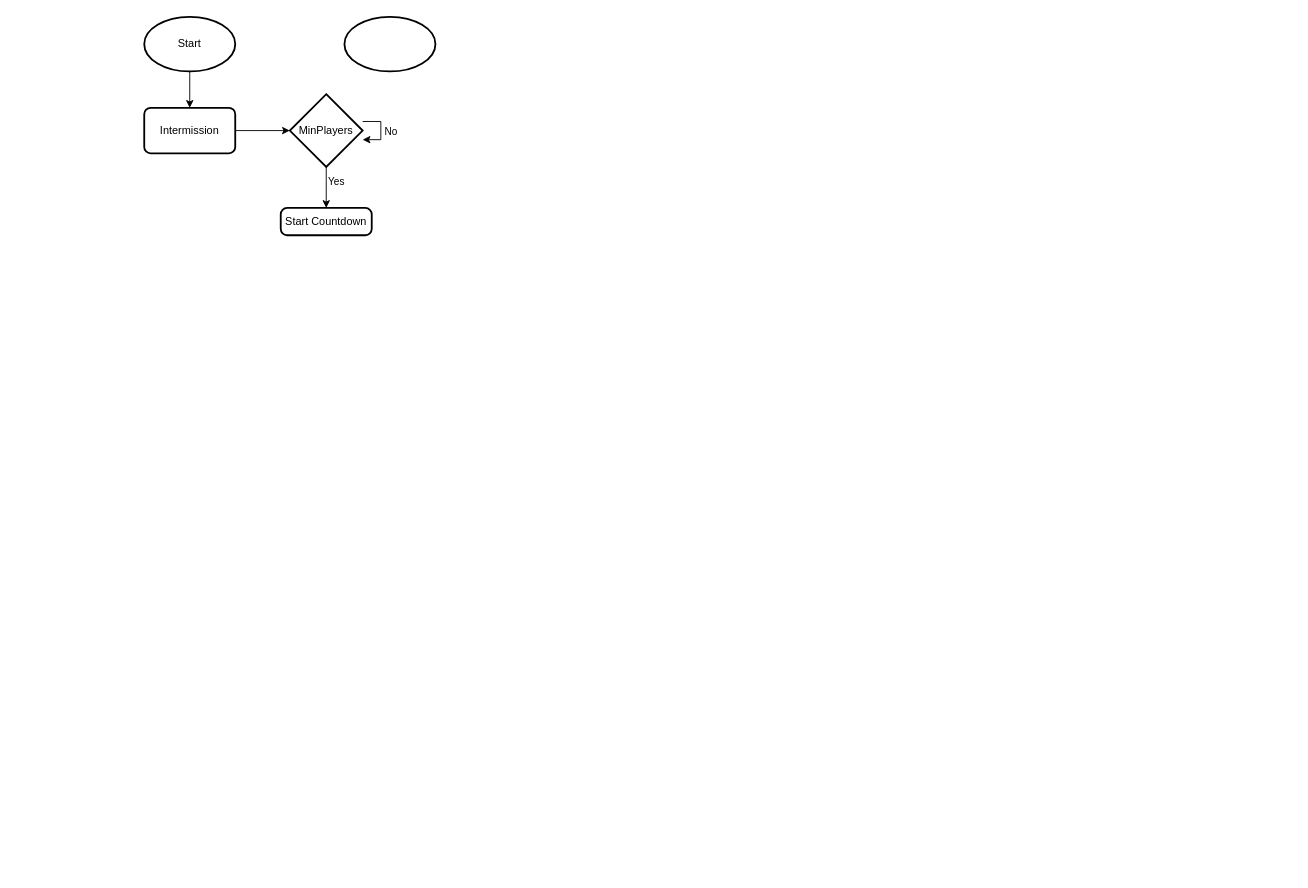
The draw.io diagram RoundSystem.drawio in olimaly/Diagrams, before the edit. Source tidied: cells renumbered, new cells numbered last; positions are measured from the earlier drawing's top-left corner, leaving out a move shared by most shapes. Both pictures are drawn from the tidied source at 91%, with x=0, y=0 at pixel (144, 16).
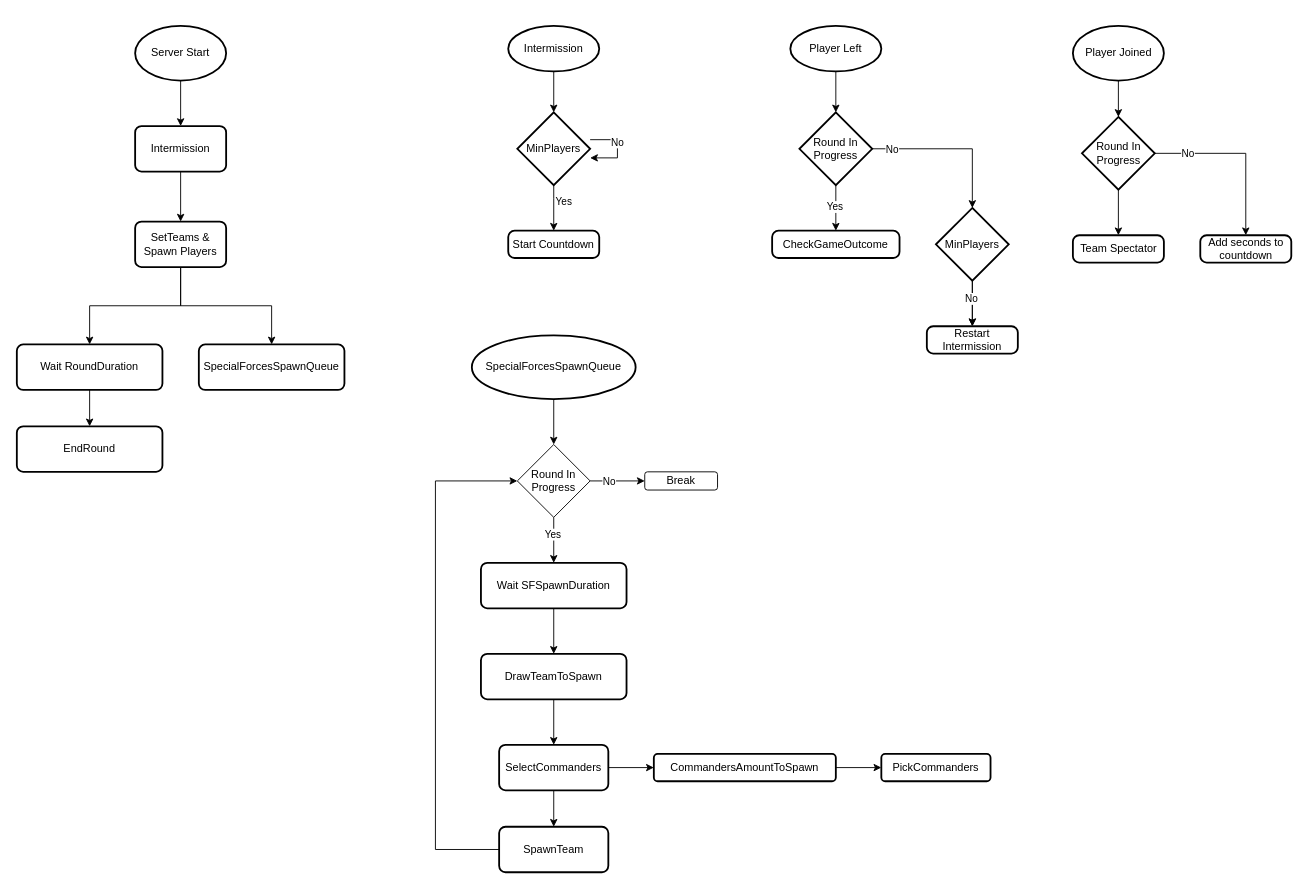
Above is the later version.

The edit, as a diff of the source:
```diff
@@
-    <mxCell id="3" value="Start" style="strokeWidth=2;html=1;shape=mxgraph.flowchart.start_1;whiteSpace=wrap;" parent="1" vertex="1">
-      <mxGeometry width="100" height="60" as="geometry" />
+    <mxCell id="3" value="Server Start" style="strokeWidth=2;html=1;shape=mxgraph.flowchart.start_1;whiteSpace=wrap;" parent="1" vertex="1">
+      <mxGeometry x="-10" y="10" width="100" height="60" as="geometry" />
     </mxCell>
-    <mxCell id="4" style="edgeStyle=orthogonalEdgeStyle;rounded=0;jettySize=auto;html=1;" parent="1" edge="1" source="5" target="9">
-      <mxGeometry relative="1" as="geometry" />
-    </mxCell>
+    <mxCell id="13" style="edgeStyle=orthogonalEdgeStyle;rounded=0;jettySize=auto;html=1;" parent="1" edge="1" source="5" target="27">
+      <mxGeometry relative="1" as="geometry" />
+    </mxCell>
     <mxCell id="5" value="Intermission" style="rounded=1;whiteSpace=wrap;html=1;absoluteArcSize=1;arcSize=14;strokeWidth=2;" parent="1" vertex="1">
-      <mxGeometry y="100" width="100" height="50" as="geometry" />
+      <mxGeometry x="-10" y="120" width="100" height="50" as="geometry" />
     </mxCell>
     <mxCell id="6" value="Start Countdown" style="rounded=1;whiteSpace=wrap;html=1;absoluteArcSize=1;arcSize=14;strokeWidth=2;" parent="1" vertex="1">
-      <mxGeometry x="150" y="210" width="100" height="30" as="geometry" />
+      <mxGeometry x="400" y="235" width="100" height="30" as="geometry" />
     </mxCell>
     <mxCell id="7" style="edgeStyle=orthogonalEdgeStyle;rounded=0;jettySize=auto;html=1;" parent="1" edge="1" source="9" target="6">
       <mxGeometry relative="1" as="geometry">
         <Array as="points">
-          <mxPoint x="200" y="180" />
-          <mxPoint x="200" y="180" />
+          <mxPoint x="450" y="200" />
+          <mxPoint x="450" y="200" />
         </Array>
       </mxGeometry>
     </mxCell>
     <mxCell id="8" value="Yes" style="edgeLabel;html=1;align=center;verticalAlign=middle;" parent="7" vertex="1">
       <mxGeometry x="0.18" y="4" relative="1" as="geometry">
-        <mxPoint x="6" y="-12" as="offset" />
+        <mxPoint x="6" y="-13" as="offset" />
       </mxGeometry>
     </mxCell>
     <mxCell id="9" value="MinPlayers" style="strokeWidth=2;html=1;shape=mxgraph.flowchart.decision;whiteSpace=wrap;" parent="1" vertex="1">
-      <mxGeometry x="160" y="85" width="80" height="80" as="geometry" />
+      <mxGeometry x="410" y="105" width="80" height="80" as="geometry" />
     </mxCell>
     <mxCell id="10" style="edgeStyle=orthogonalEdgeStyle;rounded=0;orthogonalLoop=1;jettySize=auto;html=1;elbow=vertical;" parent="1" edge="1" source="9" target="9">
       <mxGeometry relative="1" as="geometry">
         <Array as="points">
-          <mxPoint x="260" y="120" />
+          <mxPoint x="520" y="150" />
         </Array>
       </mxGeometry>
     </mxCell>
@@
+    <mxCell id="14" style="edgeStyle=orthogonalEdgeStyle;rounded=0;jettySize=auto;html=1;" parent="1" edge="1" source="12" target="32">
+      <mxGeometry relative="1" as="geometry" />
+    </mxCell>
-    <mxCell id="12" style="strokeWidth=2;html=1;shape=mxgraph.flowchart.start_1;whiteSpace=wrap;" parent="1" vertex="1">
-      <mxGeometry x="220" width="100" height="60" as="geometry" />
+    <mxCell id="12" value="Player Left" style="strokeWidth=2;html=1;shape=mxgraph.flowchart.start_1;whiteSpace=wrap;" parent="1" vertex="1">
+      <mxGeometry x="710" y="10" width="100" height="50" as="geometry" />
     </mxCell>
+    <mxCell id="15" style="edgeStyle=orthogonalEdgeStyle;rounded=0;jettySize=auto;html=1;" parent="1" edge="1" source="16" target="37">
+      <mxGeometry relative="1" as="geometry" />
+    </mxCell>
+    <mxCell id="16" value="Player Joined" style="strokeWidth=2;html=1;shape=mxgraph.flowchart.start_1;whiteSpace=wrap;" parent="1" vertex="1">
+      <mxGeometry x="1020.5" y="10" width="100" height="60" as="geometry" />
+    </mxCell>
+    <mxCell id="17" style="edgeStyle=orthogonalEdgeStyle;rounded=0;jettySize=auto;html=1;" parent="1" edge="1" source="18" target="9">
+      <mxGeometry relative="1" as="geometry" />
+    </mxCell>
+    <mxCell id="18" value="Intermission" style="strokeWidth=2;html=1;shape=mxgraph.flowchart.start_1;whiteSpace=wrap;" parent="1" vertex="1">
+      <mxGeometry x="400" y="10" width="100" height="50" as="geometry" />
+    </mxCell>
+    <mxCell id="19" style="edgeStyle=orthogonalEdgeStyle;rounded=0;jettySize=auto;html=1;entryX=0.5;entryY=0;entryDx=0;entryDy=0;" parent="1" edge="1" source="22" target="23">
+      <mxGeometry relative="1" as="geometry" />
+    </mxCell>
+    <mxCell id="20" style="edgeStyle=orthogonalEdgeStyle;rounded=0;jettySize=auto;html=1;" parent="1" edge="1" source="22" target="23">
+      <mxGeometry relative="1" as="geometry" />
+    </mxCell>
+    <mxCell id="21" value="No" style="edgeLabel;html=1;align=center;verticalAlign=middle;" parent="20" vertex="1">
+      <mxGeometry x="-0.26" y="-2" relative="1" as="geometry" />
+    </mxCell>
+    <mxCell id="22" value="MinPlayers" style="strokeWidth=2;html=1;shape=mxgraph.flowchart.decision;whiteSpace=wrap;" parent="1" vertex="1">
+      <mxGeometry x="870" y="210" width="80" height="80" as="geometry" />
+    </mxCell>
+    <mxCell id="23" value="Restart Intermission" style="rounded=1;whiteSpace=wrap;html=1;absoluteArcSize=1;arcSize=14;strokeWidth=2;" parent="1" vertex="1">
+      <mxGeometry x="860" y="340" width="100" height="30" as="geometry" />
+    </mxCell>
+    <mxCell id="24" value="Add seconds to countdown" style="rounded=1;whiteSpace=wrap;html=1;absoluteArcSize=1;arcSize=14;strokeWidth=2;" parent="1" vertex="1">
+      <mxGeometry x="1160.5" y="240" width="100" height="30" as="geometry" />
+    </mxCell>
+    <mxCell id="25" style="edgeStyle=orthogonalEdgeStyle;rounded=0;jettySize=auto;html=1;" parent="1" edge="1" source="27" target="40">
+      <mxGeometry relative="1" as="geometry" />
+    </mxCell>
+    <mxCell id="26" style="edgeStyle=orthogonalEdgeStyle;rounded=0;jettySize=auto;html=1;" parent="1" edge="1" source="27" target="41">
+      <mxGeometry relative="1" as="geometry" />
+    </mxCell>
+    <mxCell id="27" value="SetTeams &amp;amp; Spawn Players" style="rounded=1;whiteSpace=wrap;html=1;absoluteArcSize=1;arcSize=14;strokeWidth=2;" parent="1" vertex="1">
+      <mxGeometry x="-10" y="225" width="100" height="50" as="geometry" />
+    </mxCell>
+    <mxCell id="28" style="edgeStyle=orthogonalEdgeStyle;rounded=0;jettySize=auto;html=1;" parent="1" edge="1" source="32" target="22">
+      <mxGeometry relative="1" as="geometry" />
+    </mxCell>
+    <mxCell id="29" value="No" style="edgeLabel;html=1;align=center;verticalAlign=middle;" parent="28" vertex="1">
+      <mxGeometry x="-0.41" y="3" relative="1" as="geometry">
+        <mxPoint x="-31" y="3" as="offset" />
+      </mxGeometry>
+    </mxCell>
+    <mxCell id="30" style="edgeStyle=orthogonalEdgeStyle;rounded=0;jettySize=auto;html=1;" parent="1" edge="1" source="32" target="33">
+      <mxGeometry relative="1" as="geometry" />
+    </mxCell>
+    <mxCell id="31" value="Yes" style="edgeLabel;html=1;align=center;verticalAlign=middle;" parent="30" vertex="1">
+      <mxGeometry x="-0.09" y="-2" relative="1" as="geometry" />
+    </mxCell>
+    <mxCell id="32" value="Round I&lt;span style=&quot;background-color: initial;&quot;&gt;n&lt;/span&gt;&lt;div&gt;&lt;span style=&quot;background-color: initial;&quot;&gt;Progress&lt;/span&gt;&lt;/div&gt;" style="strokeWidth=2;html=1;shape=mxgraph.flowchart.decision;whiteSpace=wrap;" parent="1" vertex="1">
+      <mxGeometry x="720" y="105" width="80" height="80" as="geometry" />
+    </mxCell>
+    <mxCell id="33" value="CheckGameOutcome" style="rounded=1;whiteSpace=wrap;html=1;absoluteArcSize=1;arcSize=14;strokeWidth=2;" parent="1" vertex="1">
+      <mxGeometry x="690" y="235" width="140" height="30" as="geometry" />
+    </mxCell>
+    <mxCell id="34" style="edgeStyle=orthogonalEdgeStyle;rounded=0;jettySize=auto;html=1;entryX=0.5;entryY=0;entryDx=0;entryDy=0;" parent="1" edge="1" source="37" target="24">
+      <mxGeometry relative="1" as="geometry" />
+    </mxCell>
+    <mxCell id="35" value="No" style="edgeLabel;html=1;align=center;verticalAlign=middle;" parent="34" vertex="1">
+      <mxGeometry x="-0.62" relative="1" as="geometry" />
+    </mxCell>
+    <mxCell id="36" style="edgeStyle=orthogonalEdgeStyle;rounded=0;jettySize=auto;html=1;entryX=0.5;entryY=0;entryDx=0;entryDy=0;" parent="1" edge="1" source="37" target="38">
+      <mxGeometry relative="1" as="geometry" />
+    </mxCell>
+    <mxCell id="37" value="Round I&lt;span style=&quot;background-color: initial;&quot;&gt;n&lt;/span&gt;&lt;div&gt;&lt;span style=&quot;background-color: initial;&quot;&gt;Progress&lt;/span&gt;&lt;/div&gt;" style="strokeWidth=2;html=1;shape=mxgraph.flowchart.decision;whiteSpace=wrap;" parent="1" vertex="1">
+      <mxGeometry x="1030.5" y="110" width="80" height="80" as="geometry" />
+    </mxCell>
+    <mxCell id="38" value="Team Spectator" style="rounded=1;whiteSpace=wrap;html=1;absoluteArcSize=1;arcSize=14;strokeWidth=2;" parent="1" vertex="1">
+      <mxGeometry x="1020.5" y="240" width="100" height="30" as="geometry" />
+    </mxCell>
+    <mxCell id="39" style="edgeStyle=orthogonalEdgeStyle;rounded=0;jettySize=auto;html=1;" parent="1" edge="1" source="40" target="42">
+      <mxGeometry relative="1" as="geometry" />
+    </mxCell>
+    <mxCell id="40" value="Wait RoundDuration" style="rounded=1;whiteSpace=wrap;html=1;absoluteArcSize=1;arcSize=14;strokeWidth=2;" parent="1" vertex="1">
+      <mxGeometry x="-140" y="360" width="160" height="50" as="geometry" />
+    </mxCell>
+    <mxCell id="41" value="SpecialForcesSpawnQueue" style="rounded=1;whiteSpace=wrap;html=1;absoluteArcSize=1;arcSize=14;strokeWidth=2;" parent="1" vertex="1">
+      <mxGeometry x="60" y="360" width="160" height="50" as="geometry" />
+    </mxCell>
+    <mxCell id="42" value="EndRound" style="rounded=1;whiteSpace=wrap;html=1;absoluteArcSize=1;arcSize=14;strokeWidth=2;" parent="1" vertex="1">
+      <mxGeometry x="-140" y="450" width="160" height="50" as="geometry" />
+    </mxCell>
+    <mxCell id="43" style="edgeStyle=orthogonalEdgeStyle;rounded=0;jettySize=auto;html=1;entryX=0.5;entryY=0;entryDx=0;entryDy=0;" parent="1" edge="1" source="44" target="51">
+      <mxGeometry relative="1" as="geometry" />
+    </mxCell>
+    <mxCell id="44" value="SpecialForcesSpawnQueue" style="strokeWidth=2;html=1;shape=mxgraph.flowchart.start_1;whiteSpace=wrap;" parent="1" vertex="1">
+      <mxGeometry x="360" y="350" width="180" height="70" as="geometry" />
+    </mxCell>
+    <mxCell id="45" style="edgeStyle=orthogonalEdgeStyle;rounded=0;jettySize=auto;html=1;" parent="1" edge="1" source="46" target="54">
+      <mxGeometry relative="1" as="geometry" />
+    </mxCell>
+    <mxCell id="46" value="Wait SFSpawnDuration" style="rounded=1;whiteSpace=wrap;html=1;absoluteArcSize=1;arcSize=14;strokeWidth=2;" parent="1" vertex="1">
+      <mxGeometry x="370" y="600" width="160" height="50" as="geometry" />
+    </mxCell>
+    <mxCell id="47" style="edgeStyle=orthogonalEdgeStyle;rounded=0;jettySize=auto;html=1;" parent="1" edge="1" source="51" target="52">
+      <mxGeometry relative="1" as="geometry" />
+    </mxCell>
+    <mxCell id="48" value="No" style="edgeLabel;html=1;align=center;verticalAlign=middle;" parent="47" vertex="1">
+      <mxGeometry x="-0.59" y="1" relative="1" as="geometry">
+        <mxPoint x="8" y="1" as="offset" />
+      </mxGeometry>
+    </mxCell>
+    <mxCell id="49" style="edgeStyle=orthogonalEdgeStyle;rounded=0;jettySize=auto;html=1;entryX=0.5;entryY=0;entryDx=0;entryDy=0;" parent="1" edge="1" source="51" target="46">
+      <mxGeometry relative="1" as="geometry" />
+    </mxCell>
+    <mxCell id="50" value="Yes" style="edgeLabel;html=1;align=center;verticalAlign=middle;" parent="49" vertex="1">
+      <mxGeometry x="-0.3" y="-2" relative="1" as="geometry" />
+    </mxCell>
+    <mxCell id="51" value="Round In&lt;div&gt;Progress&lt;/div&gt;" style="rhombus;whiteSpace=wrap;html=1;" parent="1" vertex="1">
+      <mxGeometry x="410" y="470" width="80" height="80" as="geometry" />
+    </mxCell>
+    <mxCell id="52" value="Break" style="rounded=1;whiteSpace=wrap;html=1;" parent="1" vertex="1">
+      <mxGeometry x="550" y="500" width="80" height="20" as="geometry" />
+    </mxCell>
+    <mxCell id="53" style="edgeStyle=orthogonalEdgeStyle;rounded=0;jettySize=auto;html=1;" parent="1" edge="1" source="59" target="56">
+      <mxGeometry relative="1" as="geometry" />
+    </mxCell>
+    <mxCell id="54" value="DrawTeamToSpawn" style="rounded=1;whiteSpace=wrap;html=1;absoluteArcSize=1;arcSize=14;strokeWidth=2;" parent="1" vertex="1">
+      <mxGeometry x="370" y="700" width="160" height="50" as="geometry" />
+    </mxCell>
+    <mxCell id="55" style="edgeStyle=orthogonalEdgeStyle;rounded=0;jettySize=auto;html=1;entryX=0;entryY=0.5;entryDx=0;entryDy=0;" parent="1" edge="1" source="56" target="51">
+      <mxGeometry relative="1" as="geometry">
+        <Array as="points">
+          <mxPoint x="320" y="915" />
+          <mxPoint x="320" y="510" />
+        </Array>
+      </mxGeometry>
+    </mxCell>
+    <mxCell id="56" value="SpawnTeam" style="whiteSpace=wrap;html=1;rounded=1;arcSize=14;strokeWidth=2;" parent="1" vertex="1">
+      <mxGeometry x="390" y="890" width="120" height="50" as="geometry" />
+    </mxCell>
+    <mxCell id="57" style="edgeStyle=orthogonalEdgeStyle;rounded=0;jettySize=auto;html=1;" parent="1" edge="1" source="54" target="59">
+      <mxGeometry relative="1" as="geometry" />
+    </mxCell>
+    <mxCell id="58" style="edgeStyle=orthogonalEdgeStyle;rounded=0;jettySize=auto;html=1;" parent="1" edge="1" source="59" target="61">
+      <mxGeometry relative="1" as="geometry" />
+    </mxCell>
+    <mxCell id="59" value="SelectCommanders" style="whiteSpace=wrap;html=1;rounded=1;arcSize=14;strokeWidth=2;" parent="1" vertex="1">
+      <mxGeometry x="390" y="800" width="120" height="50" as="geometry" />
+    </mxCell>
+    <mxCell id="60" style="edgeStyle=orthogonalEdgeStyle;rounded=0;jettySize=auto;html=1;" parent="1" edge="1" source="61" target="62">
+      <mxGeometry relative="1" as="geometry" />
+    </mxCell>
+    <mxCell id="61" value="CommandersAmountToSpawn" style="rounded=1;whiteSpace=wrap;html=1;arcSize=14;strokeWidth=2;" parent="1" vertex="1">
+      <mxGeometry x="560" y="810" width="200" height="30" as="geometry" />
+    </mxCell>
+    <mxCell id="62" value="PickCommanders" style="rounded=1;whiteSpace=wrap;html=1;arcSize=14;strokeWidth=2;" parent="1" vertex="1">
+      <mxGeometry x="810" y="810" width="120" height="30" as="geometry" />
+    </mxCell>
```
